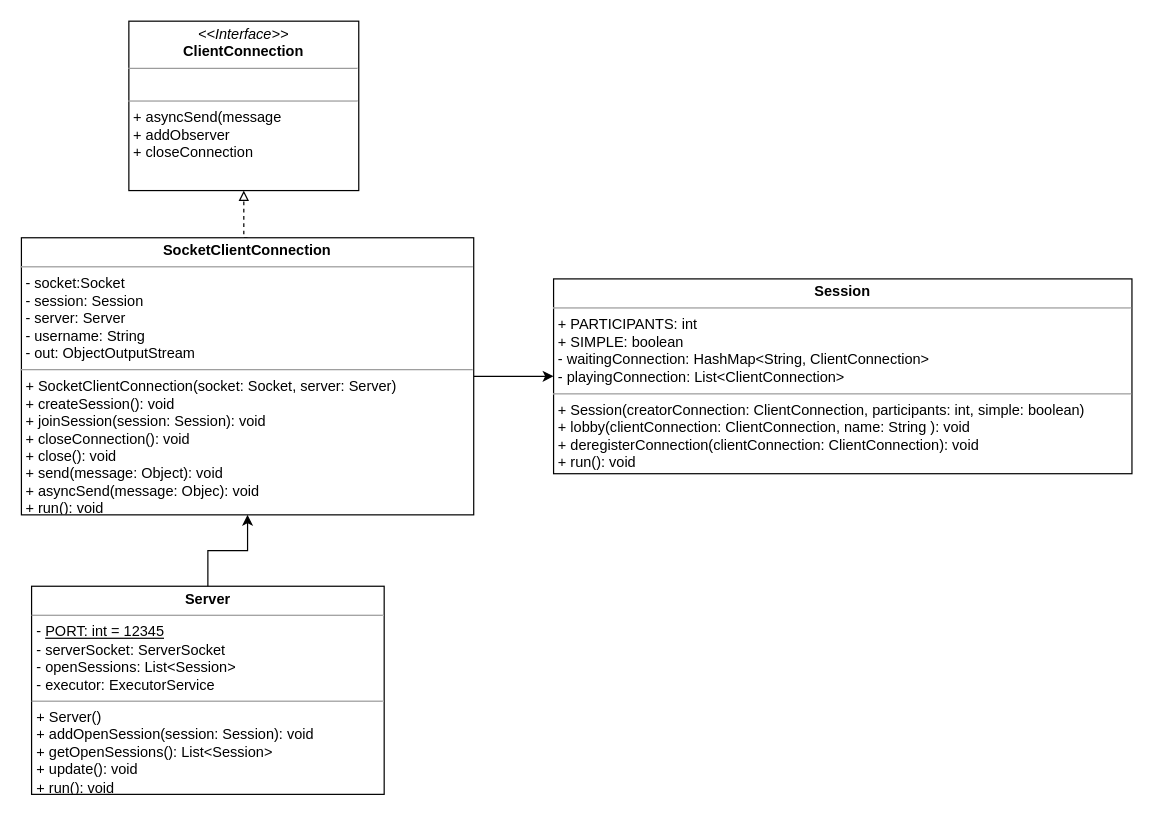
Above: UML/Server.drawio in peppetort/POLIMI_SE_19-20_santorini (draw.io), before the change. Source tidied: cells renumbered, new cells numbered last; positions are measured from the earlier drawing's top-left corner, leaving out a move shared by most shapes. Both pictures are drawn from the tidied source at 121%, with x=0, y=0 at pixel (21, 21).
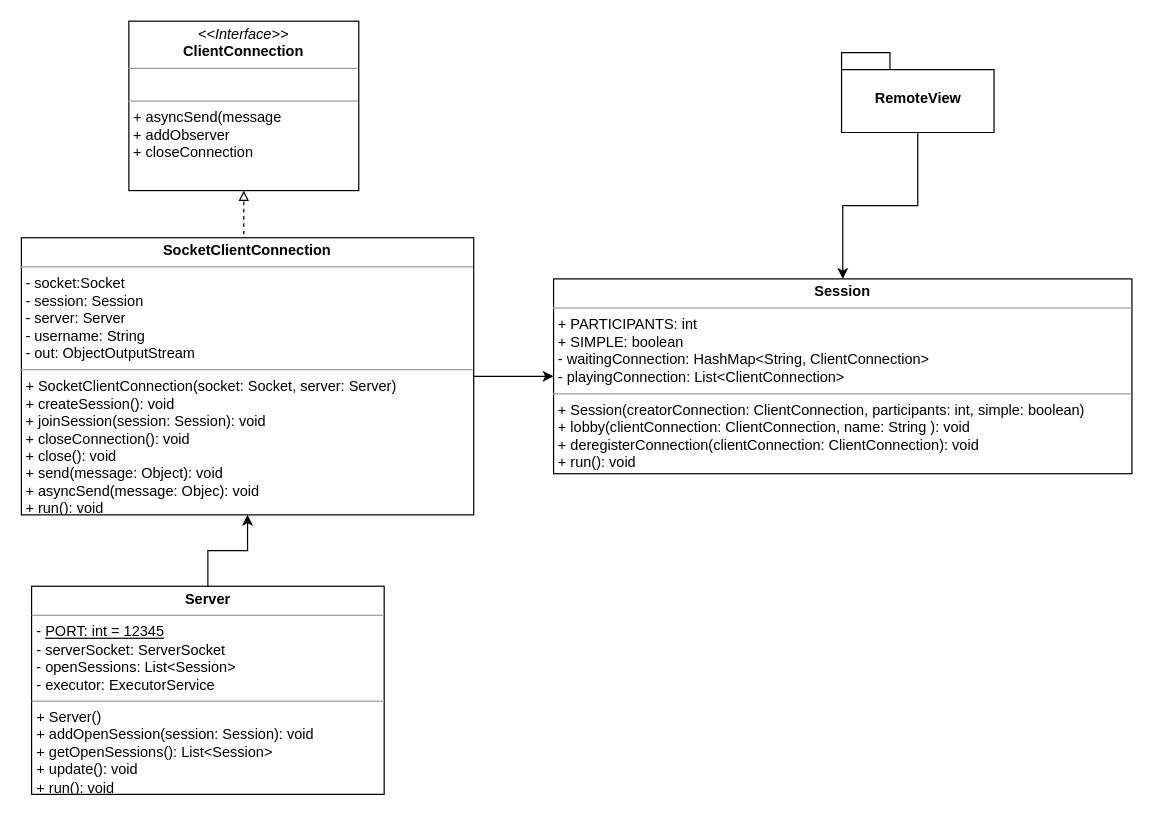
Above is the later version.

Commit message:
Modificato UML

What changed in the source:
```diff
@@
 <mxGraphModel>
   <root>
     <mxCell id="0" />
     <mxCell id="1" parent="0" />
     <mxCell id="2" value="&lt;p style=&quot;margin: 0px ; margin-top: 4px ; text-align: center&quot;&gt;&lt;b&gt;Server&lt;/b&gt;&lt;/p&gt;&lt;hr size=&quot;1&quot;&gt;&lt;p style=&quot;margin: 0px ; margin-left: 4px&quot;&gt;&lt;span&gt;-&amp;nbsp;&lt;/span&gt;&lt;u&gt;PORT: int = 12345&lt;/u&gt;&lt;br&gt;&lt;/p&gt;&lt;p style=&quot;margin: 0px ; margin-left: 4px&quot;&gt;- serverSocket: ServerSocket&lt;/p&gt;&lt;p style=&quot;margin: 0px ; margin-left: 4px&quot;&gt;- openSessions: List&amp;lt;Session&amp;gt;&lt;/p&gt;&lt;p style=&quot;margin: 0px ; margin-left: 4px&quot;&gt;- executor: ExecutorService&lt;/p&gt;&lt;hr size=&quot;1&quot;&gt;&lt;p style=&quot;margin: 0px ; margin-left: 4px&quot;&gt;+ Server()&lt;/p&gt;&lt;p style=&quot;margin: 0px ; margin-left: 4px&quot;&gt;+ addOpenSession(session: Session): void&lt;/p&gt;&lt;p style=&quot;margin: 0px ; margin-left: 4px&quot;&gt;&lt;span&gt;+ getOpenSessions(): List&amp;lt;Session&amp;gt;&lt;/span&gt;&lt;/p&gt;&lt;p style=&quot;margin: 0px ; margin-left: 4px&quot;&gt;&lt;span&gt;+ update(): void&lt;/span&gt;&lt;/p&gt;&lt;p style=&quot;margin: 0px ; margin-left: 4px&quot;&gt;&lt;span&gt;+ run(): void&lt;/span&gt;&lt;br&gt;&lt;/p&gt;" style="verticalAlign=top;align=left;overflow=fill;fontSize=12;fontFamily=Helvetica;html=1;" parent="1" vertex="1">
       <mxGeometry x="8.6" y="467" width="291.4" height="172" as="geometry" />
     </mxCell>
     <mxCell id="3" style="edgeStyle=orthogonalEdgeStyle;rounded=0;jettySize=auto;html=1;entryX=0.5;entryY=1;entryDx=0;entryDy=0;endArrow=block;endFill=0;dashed=1;exitX=0.5;exitY=0;exitDx=0;exitDy=0;" parent="1" edge="1" source="5" target="6">
       <mxGeometry relative="1" as="geometry" />
     </mxCell>
     <mxCell id="4" style="edgeStyle=orthogonalEdgeStyle;rounded=0;jettySize=auto;html=1;endArrow=classic;endFill=1;" parent="1" edge="1" source="5" target="8">
       <mxGeometry relative="1" as="geometry" />
     </mxCell>
     <mxCell id="5" value="&lt;p style=&quot;margin: 0px ; margin-top: 4px ; text-align: center&quot;&gt;&lt;b&gt;SocketClientConnection&lt;/b&gt;&lt;/p&gt;&lt;hr size=&quot;1&quot;&gt;&lt;p style=&quot;margin: 0px ; margin-left: 4px&quot;&gt;- socket:Socket&lt;/p&gt;&lt;p style=&quot;margin: 0px ; margin-left: 4px&quot;&gt;- session: Session&lt;/p&gt;&lt;p style=&quot;margin: 0px ; margin-left: 4px&quot;&gt;- server: Server&lt;/p&gt;&lt;p style=&quot;margin: 0px ; margin-left: 4px&quot;&gt;- username: String&lt;/p&gt;&lt;p style=&quot;margin: 0px ; margin-left: 4px&quot;&gt;- out: ObjectOutputStream&lt;/p&gt;&lt;hr size=&quot;1&quot;&gt;&lt;p style=&quot;margin: 0px ; margin-left: 4px&quot;&gt;+ SocketClientConnection(socket: Socket, server: Server)&lt;/p&gt;&lt;p style=&quot;margin: 0px ; margin-left: 4px&quot;&gt;+ createSession(): void&lt;/p&gt;&lt;p style=&quot;margin: 0px ; margin-left: 4px&quot;&gt;+ joinSession(session: Session): void&lt;/p&gt;&lt;p style=&quot;margin: 0px ; margin-left: 4px&quot;&gt;+ closeConnection(): void&lt;/p&gt;&lt;p style=&quot;margin: 0px ; margin-left: 4px&quot;&gt;+ close(): void&lt;/p&gt;&lt;p style=&quot;margin: 0px ; margin-left: 4px&quot;&gt;+ send(message: Object): void&lt;/p&gt;&lt;p style=&quot;margin: 0px ; margin-left: 4px&quot;&gt;+ asyncSend(message: Objec): void&lt;/p&gt;&lt;p style=&quot;margin: 0px ; margin-left: 4px&quot;&gt;+ run(): void&lt;/p&gt;" style="verticalAlign=top;align=left;overflow=fill;fontSize=12;fontFamily=Helvetica;html=1;" parent="1" vertex="1">
       <mxGeometry x="0.2" y="179" width="373.8" height="229" as="geometry" />
     </mxCell>
     <mxCell id="6" value="&lt;p style=&quot;margin: 0px ; margin-top: 4px ; text-align: center&quot;&gt;&lt;i&gt;&amp;lt;&amp;lt;Interface&amp;gt;&amp;gt;&lt;/i&gt;&lt;br&gt;&lt;b&gt;ClientConnection&lt;/b&gt;&lt;/p&gt;&lt;hr size=&quot;1&quot;&gt;&lt;p style=&quot;margin: 0px ; margin-left: 4px&quot;&gt;&lt;br&gt;&lt;/p&gt;&lt;hr size=&quot;1&quot;&gt;&lt;p style=&quot;margin: 0px ; margin-left: 4px&quot;&gt;+ asyncSend(message&lt;/p&gt;&lt;p style=&quot;margin: 0px ; margin-left: 4px&quot;&gt;+ addObserver&lt;/p&gt;&lt;p style=&quot;margin: 0px ; margin-left: 4px&quot;&gt;+ closeConnection&lt;/p&gt;" style="verticalAlign=top;align=left;overflow=fill;fontSize=12;fontFamily=Helvetica;html=1;" parent="1" vertex="1">
       <mxGeometry x="89" width="190" height="140" as="geometry" />
     </mxCell>
     <mxCell id="7" style="edgeStyle=orthogonalEdgeStyle;rounded=0;jettySize=auto;html=1;endArrow=classic;endFill=1;" parent="1" edge="1" source="2" target="5">
       <mxGeometry relative="1" as="geometry" />
     </mxCell>
     <mxCell id="8" value="&lt;p style=&quot;margin: 0px ; margin-top: 4px ; text-align: center&quot;&gt;&lt;b&gt;Session&lt;/b&gt;&lt;/p&gt;&lt;hr size=&quot;1&quot;&gt;&lt;p style=&quot;margin: 0px 0px 0px 4px&quot;&gt;+ PARTICIPANTS: int&lt;/p&gt;&lt;p style=&quot;margin: 0px 0px 0px 4px&quot;&gt;+ SIMPLE: boolean&lt;/p&gt;&lt;p style=&quot;margin: 0px 0px 0px 4px&quot;&gt;- waitingConnection: HashMap&amp;lt;String, ClientConnection&amp;gt;&lt;/p&gt;&lt;p style=&quot;margin: 0px 0px 0px 4px&quot;&gt;- playingConnection: List&amp;lt;ClientConnection&amp;gt;&lt;/p&gt;&lt;hr size=&quot;1&quot;&gt;&lt;p style=&quot;margin: 0px 0px 0px 4px&quot;&gt;+ Session(creatorConnection: ClientConnection, participants: int, simple: boolean)&lt;/p&gt;&lt;p style=&quot;margin: 0px 0px 0px 4px&quot;&gt;+&amp;nbsp;&lt;span&gt;lobby(clientConnection: ClientConnection, name: String ): void&lt;/span&gt;&lt;/p&gt;&lt;p style=&quot;margin: 0px 0px 0px 4px&quot;&gt;&lt;span&gt;+ deregisterConnection(clientConnection: ClientConnection): void&lt;/span&gt;&lt;/p&gt;&lt;div&gt;&lt;p style=&quot;margin: 0px 0px 0px 4px&quot;&gt;+ run(): void&lt;/p&gt;&lt;/div&gt;&lt;div&gt;&lt;br&gt;&lt;/div&gt;" style="verticalAlign=top;align=left;overflow=fill;fontSize=12;fontFamily=Helvetica;html=1;" parent="1" vertex="1">
       <mxGeometry x="440" y="213" width="478" height="161" as="geometry" />
     </mxCell>
+    <mxCell id="9" style="edgeStyle=orthogonalEdgeStyle;rounded=0;jettySize=auto;html=1;" parent="1" edge="1" source="10" target="8">
+      <mxGeometry relative="1" as="geometry" />
+    </mxCell>
+    <mxCell id="10" value="RemoteView" style="shape=folder;fontStyle=1;spacingTop=10;tabWidth=40;tabHeight=14;tabPosition=left;html=1;" parent="1" vertex="1">
+      <mxGeometry x="678" y="26" width="126" height="66" as="geometry" />
+    </mxCell>
   </root>
 </mxGraphModel>
```
